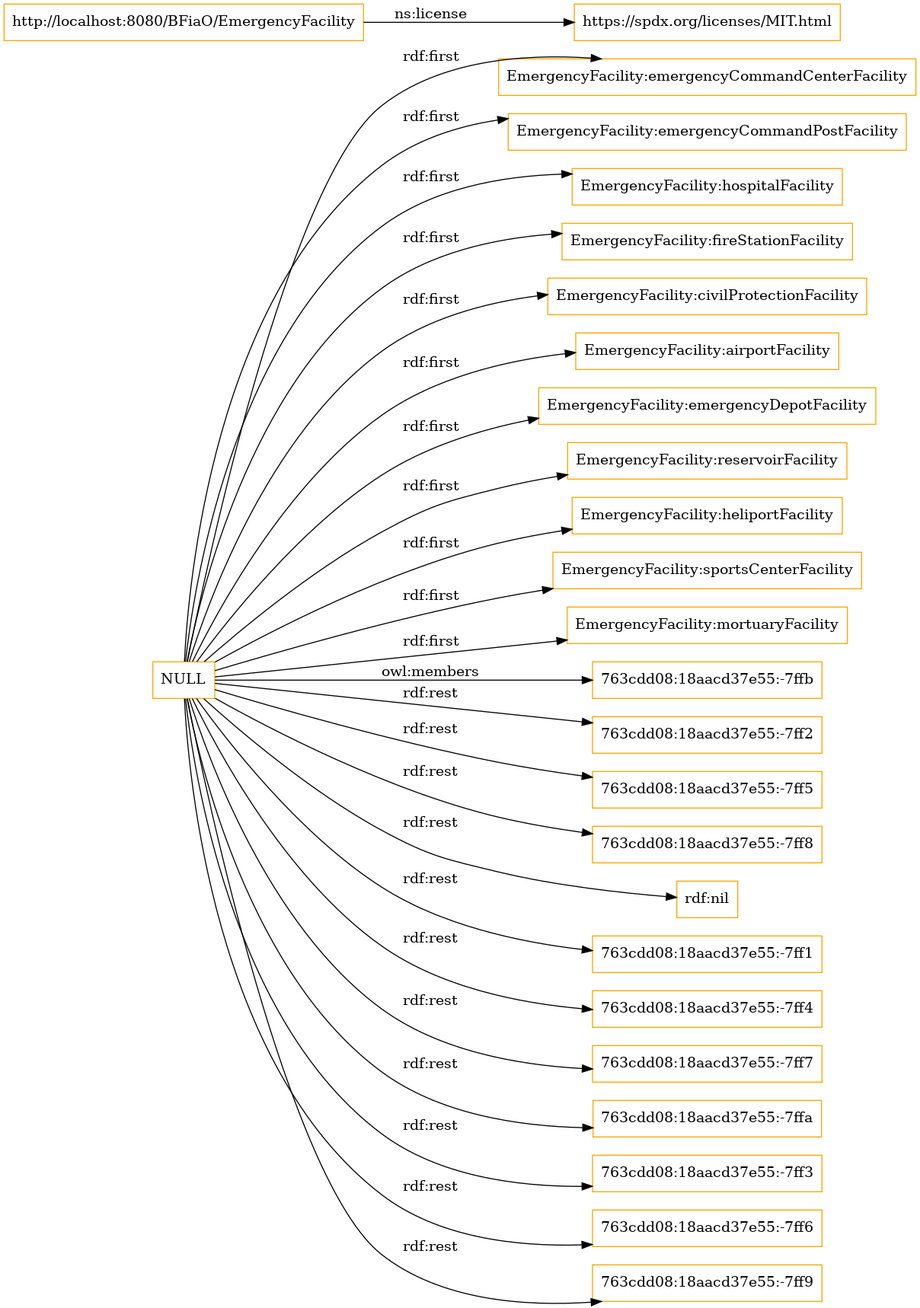
Before: OnToology/EmergencyFacility.owl/diagrams/ar2dtool-class/EmergencyFacility.owl.png, a diagram exported from Graphviz (ahmad88me/bfiao). Its source is kept beside it as OnToology/EmergencyFacility.owl/diagrams/ar2dtool-class/EmergencyFacility.owl.png.dot.
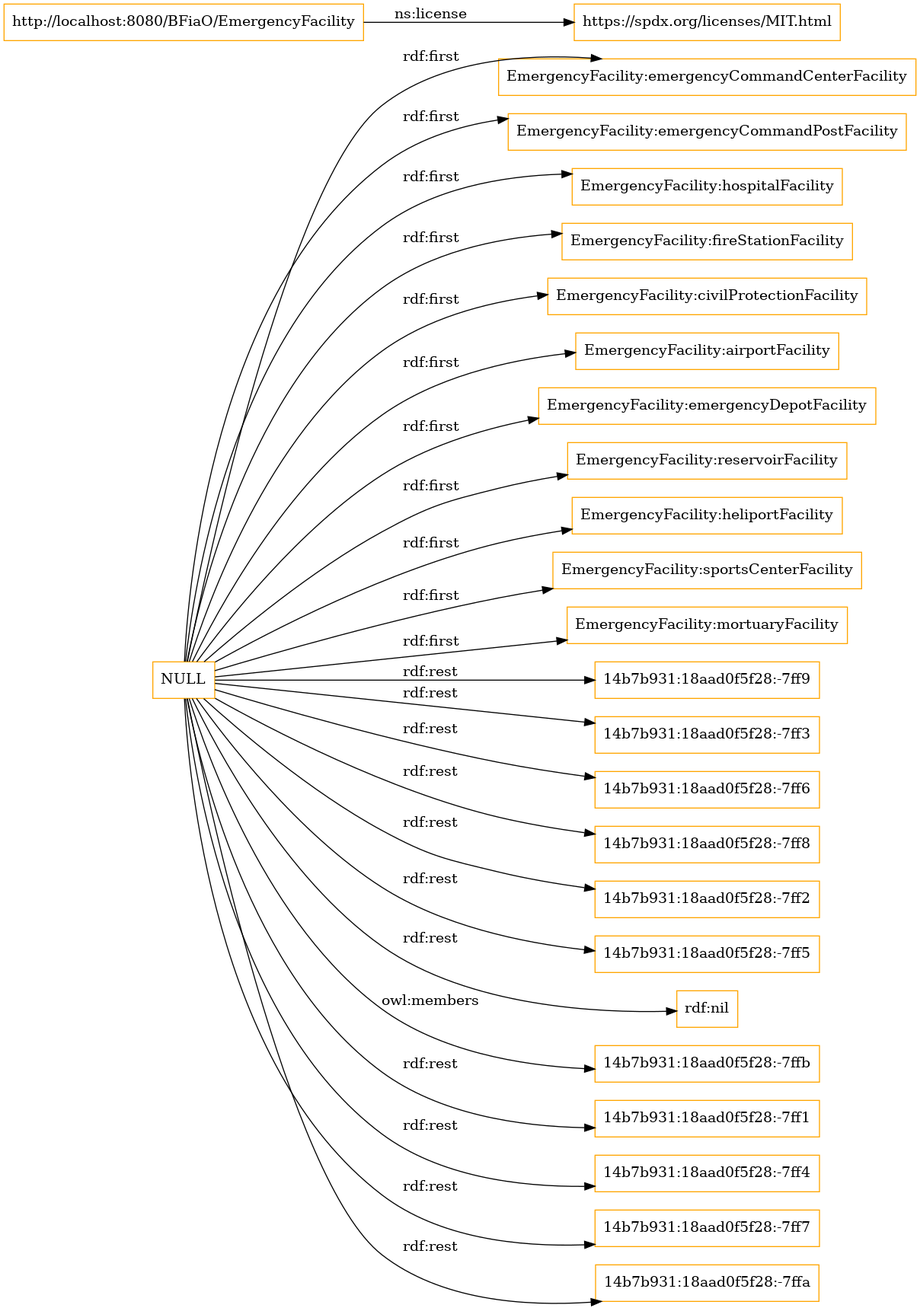
The same diagram one commit later.

What changed in the source:
```diff
@@ -3,28 +3,28 @@
 size="1501"
 node [shape = rectangle, color="orange"]; "EmergencyFacility:emergencyCommandCenterFacility" "EmergencyFacility:emergencyCommandPostFacility" "EmergencyFacility:hospitalFacility" "EmergencyFacility:fireStationFacility" "EmergencyFacility:civilProtectionFacility" "EmergencyFacility:airportFacility" "EmergencyFacility:emergencyDepotFacility" "EmergencyFacility:reservoirFacility" "EmergencyFacility:heliportFacility" "EmergencyFacility:sportsCenterFacility" "EmergencyFacility:mortuaryFacility" ; /*classes style*/
 	"NULL" -> "EmergencyFacility:civilProtectionFacility" [ label = "rdf:first" ];
-	"NULL" -> "763cdd08:18aacd37e55:-7ffb" [ label = "owl:members" ];
 	"NULL" -> "EmergencyFacility:emergencyCommandPostFacility" [ label = "rdf:first" ];
-	"NULL" -> "763cdd08:18aacd37e55:-7ff2" [ label = "rdf:rest" ];
-	"NULL" -> "763cdd08:18aacd37e55:-7ff5" [ label = "rdf:rest" ];
-	"NULL" -> "763cdd08:18aacd37e55:-7ff8" [ label = "rdf:rest" ];
+	"NULL" -> "14b7b931:18aad0f5f28:-7ff9" [ label = "rdf:rest" ];
+	"NULL" -> "14b7b931:18aad0f5f28:-7ff3" [ label = "rdf:rest" ];
+	"NULL" -> "14b7b931:18aad0f5f28:-7ff6" [ label = "rdf:rest" ];
 	"NULL" -> "EmergencyFacility:emergencyDepotFacility" [ label = "rdf:first" ];
+	"NULL" -> "14b7b931:18aad0f5f28:-7ff8" [ label = "rdf:rest" ];
 	"NULL" -> "EmergencyFacility:hospitalFacility" [ label = "rdf:first" ];
+	"NULL" -> "14b7b931:18aad0f5f28:-7ff2" [ label = "rdf:rest" ];
+	"NULL" -> "14b7b931:18aad0f5f28:-7ff5" [ label = "rdf:rest" ];
 	"NULL" -> "rdf:nil" [ label = "rdf:rest" ];
-	"NULL" -> "763cdd08:18aacd37e55:-7ff1" [ label = "rdf:rest" ];
-	"NULL" -> "763cdd08:18aacd37e55:-7ff4" [ label = "rdf:rest" ];
-	"NULL" -> "763cdd08:18aacd37e55:-7ff7" [ label = "rdf:rest" ];
 	"NULL" -> "EmergencyFacility:airportFacility" [ label = "rdf:first" ];
 	"NULL" -> "EmergencyFacility:heliportFacility" [ label = "rdf:first" ];
-	"NULL" -> "763cdd08:18aacd37e55:-7ffa" [ label = "rdf:rest" ];
 	"NULL" -> "EmergencyFacility:emergencyCommandCenterFacility" [ label = "rdf:first" ];
 	"NULL" -> "EmergencyFacility:fireStationFacility" [ label = "rdf:first" ];
+	"NULL" -> "14b7b931:18aad0f5f28:-7ffb" [ label = "owl:members" ];
 	"NULL" -> "EmergencyFacility:reservoirFacility" [ label = "rdf:first" ];
+	"NULL" -> "14b7b931:18aad0f5f28:-7ff1" [ label = "rdf:rest" ];
+	"NULL" -> "14b7b931:18aad0f5f28:-7ff4" [ label = "rdf:rest" ];
+	"NULL" -> "14b7b931:18aad0f5f28:-7ff7" [ label = "rdf:rest" ];
 	"NULL" -> "EmergencyFacility:mortuaryFacility" [ label = "rdf:first" ];
-	"NULL" -> "763cdd08:18aacd37e55:-7ff3" [ label = "rdf:rest" ];
 	"NULL" -> "EmergencyFacility:sportsCenterFacility" [ label = "rdf:first" ];
-	"NULL" -> "763cdd08:18aacd37e55:-7ff6" [ label = "rdf:rest" ];
-	"NULL" -> "763cdd08:18aacd37e55:-7ff9" [ label = "rdf:rest" ];
+	"NULL" -> "14b7b931:18aad0f5f28:-7ffa" [ label = "rdf:rest" ];
 	"http://localhost:8080/BFiaO/EmergencyFacility" -> "https://spdx.org/licenses/MIT.html" [ label = "ns:license" ];
 
 }
```
